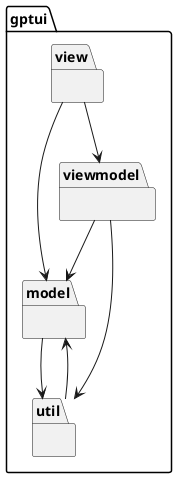
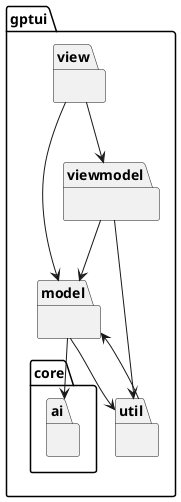
@startuml
'https://plantuml.com/class-diagram

package gptui {
+     package core {
+         package ai {}
+     }
    package model {}
    package util {}
    package view {}
    package viewmodel {}
}

view --> viewmodel
view --> model
viewmodel --> model
viewmodel --> util
model --> util
util --> model
+ model --> ai

@enduml